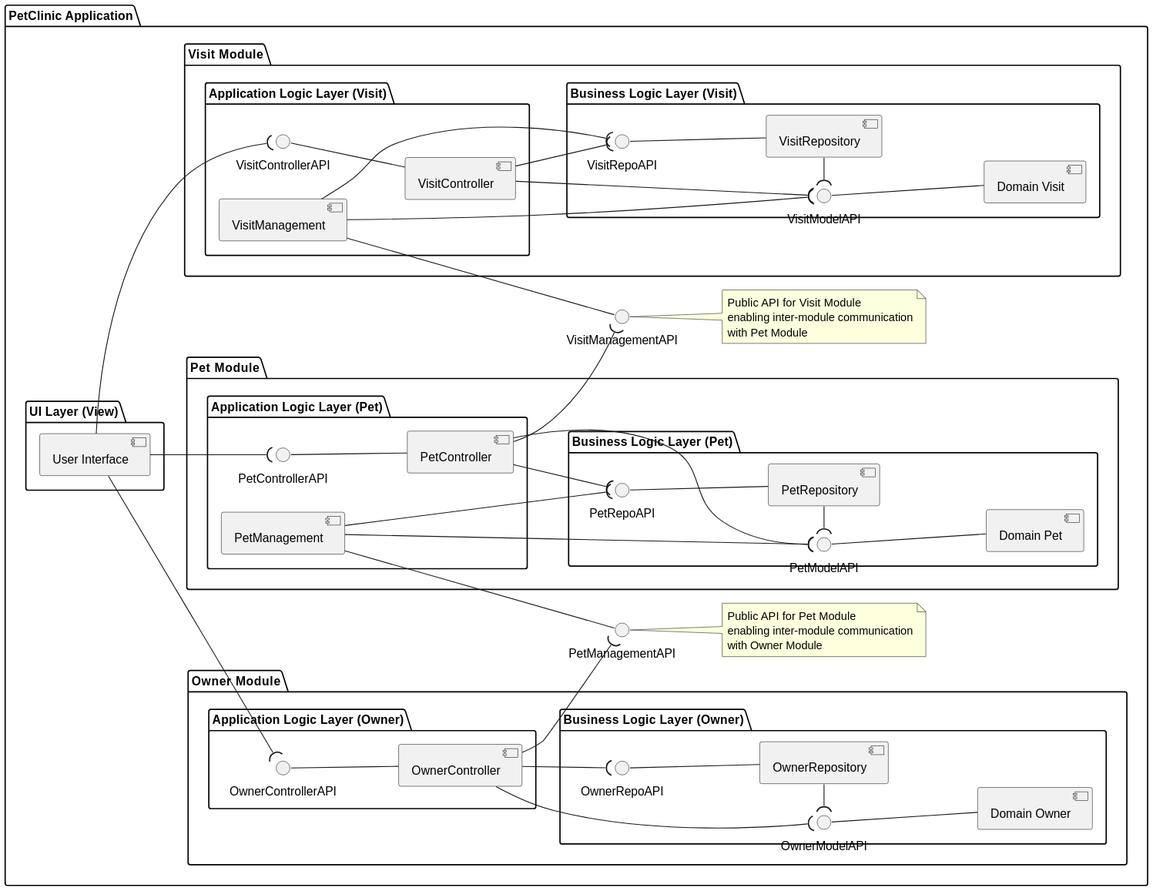
The PlantUML diagram docs/svg/PetClinic_VL_L3.svg in NunoMarmeleiro/spring-petclinic, before a commit.
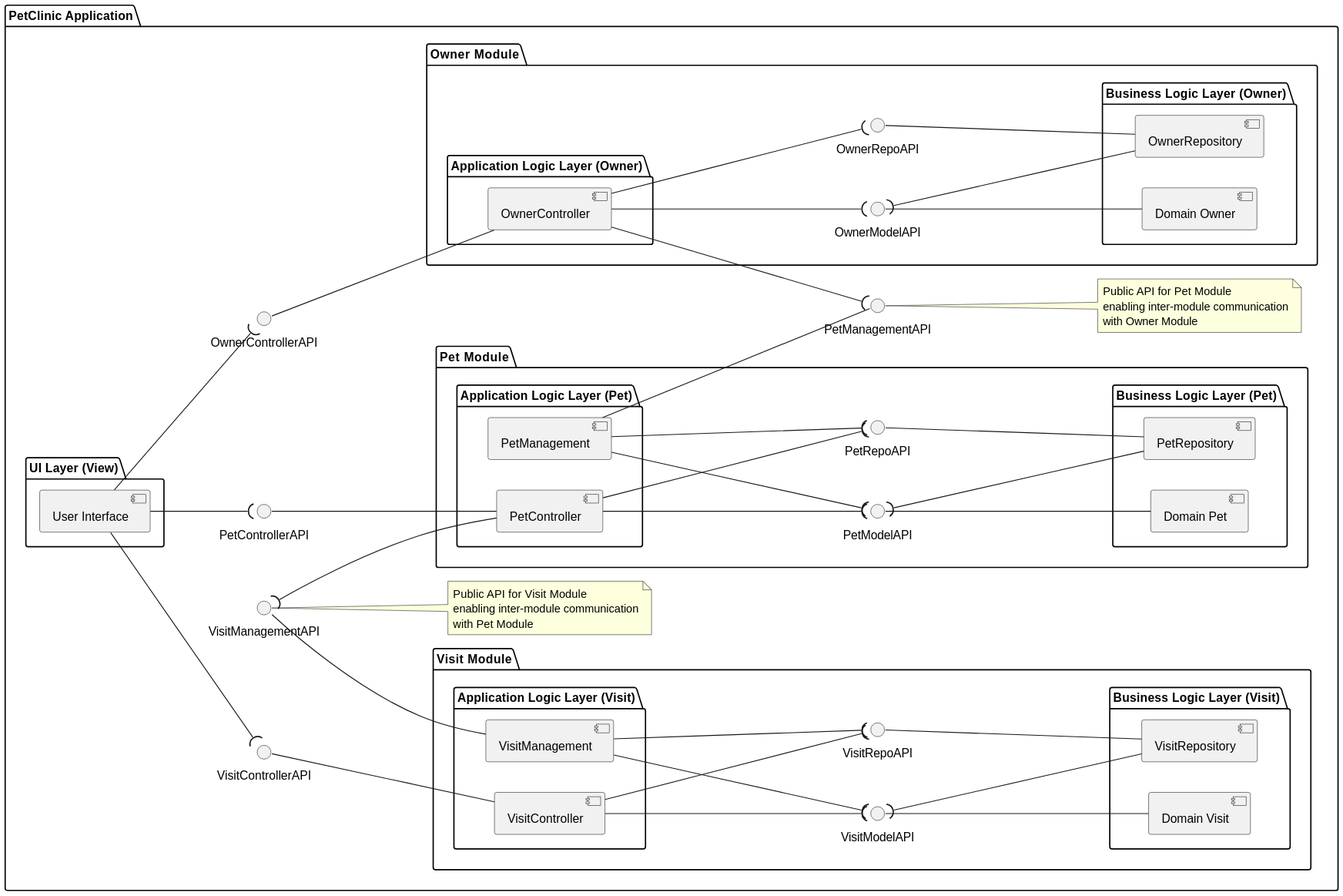
The same file after the commit.

Commit message:
updated logic view diagrams

Change to the diagram source:
```diff
@@ -11,69 +11,75 @@
 package "Owner Module" {
 
   package "Application Logic Layer (Owner)" {
-     OwnerControllerAPI--[OwnerController]
+     [OwnerController]
   }
 
   package "Business Logic Layer (Owner)" {
-     OwnerModelAPI--[Domain Owner]
-     OwnerRepoAPI--[OwnerRepository]
+     [Domain Owner]
+     [OwnerRepository]
   }
-
+  OwnerModelAPI--[Domain Owner]
+  OwnerRepoAPI--[OwnerRepository]
   [OwnerController] --( OwnerModelAPI
   [OwnerController] --( OwnerRepoAPI
-  [OwnerRepository] -( OwnerModelAPI
+  [OwnerRepository] --( OwnerModelAPI
 
 }
+OwnerControllerAPI--[OwnerController]
 
 package "Pet Module" {
 
   package "Application Logic Layer (Pet)" {
-     PetControllerAPI--[PetController]
+     [PetController]
      [PetManagement]
   }
 
   package "Business Logic Layer (Pet)" {
-     PetModelAPI--[Domain Pet]
-     PetRepoAPI--[PetRepository]
+     [Domain Pet]
+     [PetRepository]
   }
-
+  PetModelAPI--[Domain Pet]
+  PetRepoAPI--[PetRepository]
   [PetController] --( PetModelAPI
   [PetController] --( PetRepoAPI
   [PetManagement] --( PetModelAPI
   [PetManagement] --( PetRepoAPI
-  [PetRepository] -( PetModelAPI
+  [PetRepository] --( PetModelAPI
 }
+PetControllerAPI--[PetController]
 
 package "Visit Module" {
 
   package "Application Logic Layer (Visit)" {
-     VisitControllerAPI--[VisitController]
+     [VisitController]
      [VisitManagement]
   }
 
   package "Business Logic Layer (Visit)" {
-     VisitModelAPI--[Domain Visit]
-     VisitRepoAPI--[VisitRepository]
+     [Domain Visit]
+     [VisitRepository]
   }
-
+  VisitModelAPI--[Domain Visit]
+  VisitRepoAPI--[VisitRepository]
   [VisitController] --( VisitModelAPI
   [VisitController] --( VisitRepoAPI
   [VisitManagement] --( VisitModelAPI
   [VisitManagement] --( VisitRepoAPI
-  [VisitRepository] -( VisitModelAPI
+  [VisitRepository] --( VisitModelAPI
 }
+VisitControllerAPI--[VisitController]
 
 [User Interface] --( OwnerControllerAPI
 [User Interface] --( PetControllerAPI
 [User Interface] --( VisitControllerAPI
 
-PetManagementAPI-[PetManagement]
-VisitManagementAPI-[VisitManagement]
+PetManagementAPI--[PetManagement]
+VisitManagementAPI--[VisitManagement]
 [OwnerController] --( PetManagementAPI
 [PetController] --( VisitManagementAPI
 
-[PetManagement] -[hidden]d- [OwnerController]
-[VisitManagement] -[hidden]d- [OwnerController]
+[VisitController] -[hidden]d- [OwnerController]
+
 
 note right of PetManagementAPI
 Public API for Pet Module
```
